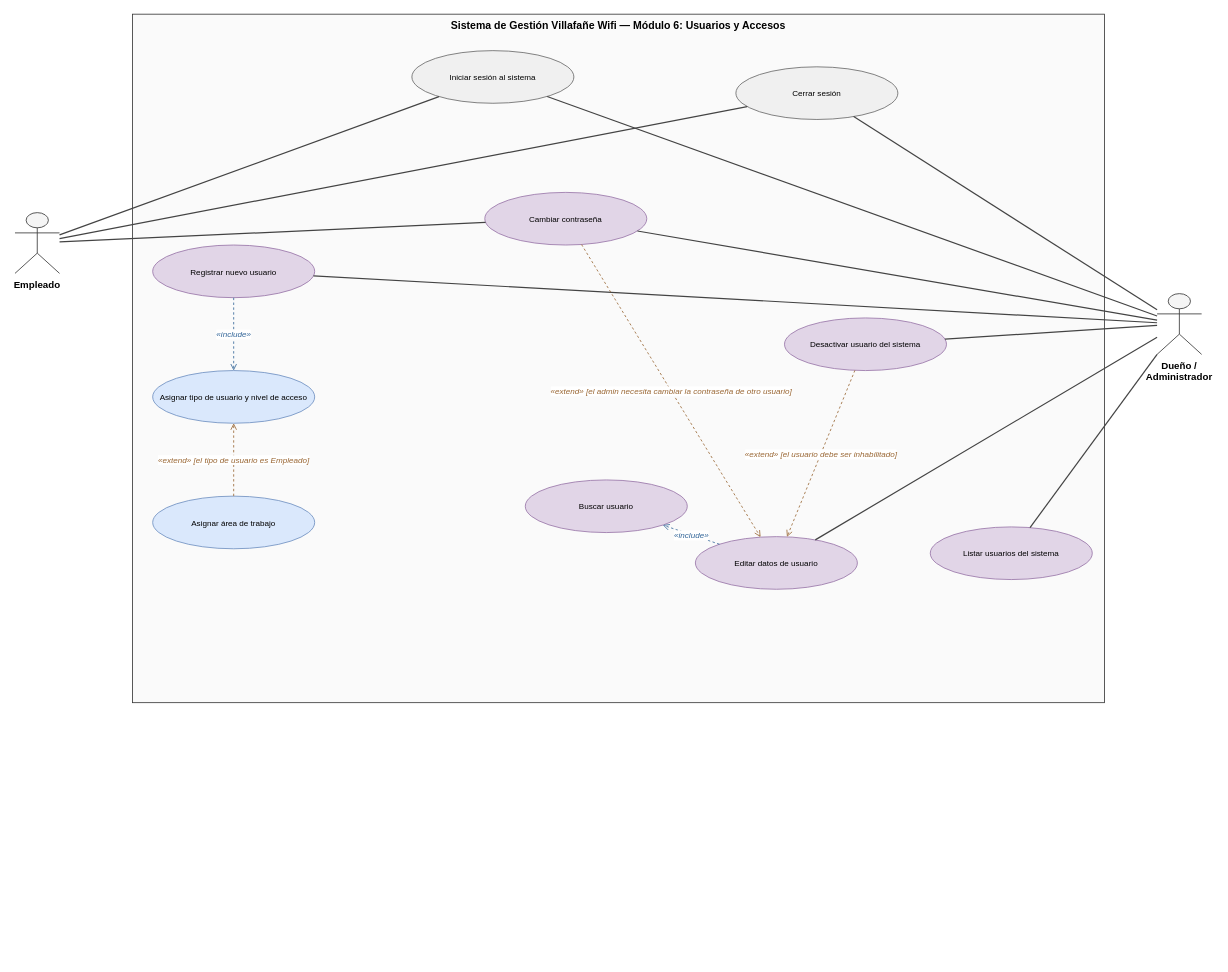
Above: Documentación del Sistema/Diagramas/Diagrama de Caso de Uso Modulo 6.drawio in Ukiluli11/VillafaneWifi-Gestion-y-atencion (draw.io), before the change. Source tidied: cells renumbered, new cells numbered last; positions are measured from the earlier drawing's top-left corner, leaving out a move shared by most shapes. Both pictures are drawn from the tidied source at 81%, with x=0, y=0 at pixel (15, 14).
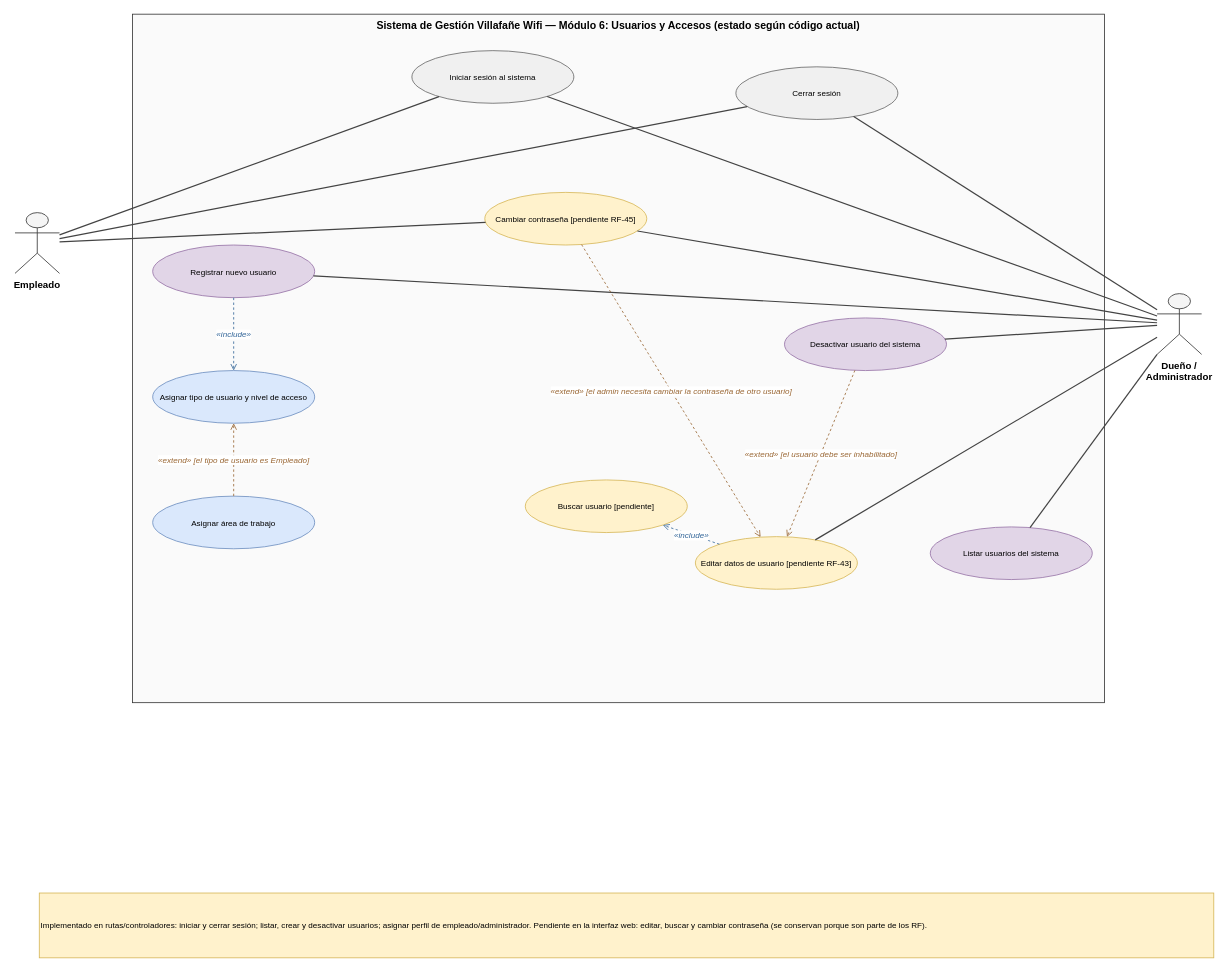
Above is the later version.

Diff of the diagram source:
```diff
@@
-    <mxCell id="2" value="Sistema de Gestión Villafañe Wifi — Módulo 6: Usuarios y Accesos" style="text;html=1;strokeColor=#333;fillColor=#fafafa;align=center;verticalAlign=top;whiteSpace=wrap;overflow=hidden;fontStyle=1;fontSize=13;" parent="1" vertex="1">
+    <mxCell id="2" value="Sistema de Gestión Villafañe Wifi — Módulo 6: Usuarios y Accesos (estado según código actual)" style="text;html=1;strokeColor=#333;fillColor=#fafafa;align=center;verticalAlign=top;whiteSpace=wrap;overflow=hidden;fontStyle=1;fontSize=13;" parent="1" vertex="1">
       <mxGeometry x="145" width="1200" height="850" as="geometry" />
     </mxCell>
@@
-    <mxCell id="6" value="Editar datos de usuario" style="ellipse;whiteSpace=wrap;html=1;fontSize=10;fillColor=#e1d5e7;strokeColor=#9673a6;" parent="1" vertex="1">
+    <mxCell id="6" value="Editar datos de usuario [pendiente RF-43]" style="ellipse;whiteSpace=wrap;html=1;fontSize=10;fillColor=#fff2cc;strokeColor=#d6b656;" parent="1" vertex="1">
       <mxGeometry x="840" y="645" width="200" height="65" as="geometry" />
     </mxCell>
@@
-    <mxCell id="9" value="Buscar usuario" style="ellipse;whiteSpace=wrap;html=1;fontSize=10;fillColor=#e1d5e7;strokeColor=#9673a6;" parent="1" vertex="1">
+    <mxCell id="9" value="Buscar usuario [pendiente]" style="ellipse;whiteSpace=wrap;html=1;fontSize=10;fillColor=#fff2cc;strokeColor=#d6b656;" parent="1" vertex="1">
       <mxGeometry x="630" y="575" width="200" height="65" as="geometry" />
     </mxCell>
@@
-    <mxCell id="12" value="Cambiar contraseña" style="ellipse;whiteSpace=wrap;html=1;fontSize=10;fillColor=#e1d5e7;strokeColor=#9673a6;" parent="1" vertex="1">
+    <mxCell id="12" value="Cambiar contraseña [pendiente RF-45]" style="ellipse;whiteSpace=wrap;html=1;fontSize=10;fillColor=#fff2cc;strokeColor=#d6b656;" parent="1" vertex="1">
       <mxGeometry x="580" y="220" width="200" height="65" as="geometry" />
     </mxCell>
@@
+    <mxCell id="30" value="Implementado en rutas/controladores: iniciar y cerrar sesión; listar, crear y desactivar usuarios; asignar perfil de empleado/administrador. Pendiente en la interfaz web: editar, buscar y cambiar contraseña (se conservan porque son parte de los RF)." style="text;html=1;whiteSpace=wrap;fillColor=#fff2cc;strokeColor=#d6b656;fontSize=10;align=left;verticalAlign=middle;" parent="1" vertex="1">
+      <mxGeometry x="30" y="1085" width="1450" height="80" as="geometry" />
+    </mxCell>
```
